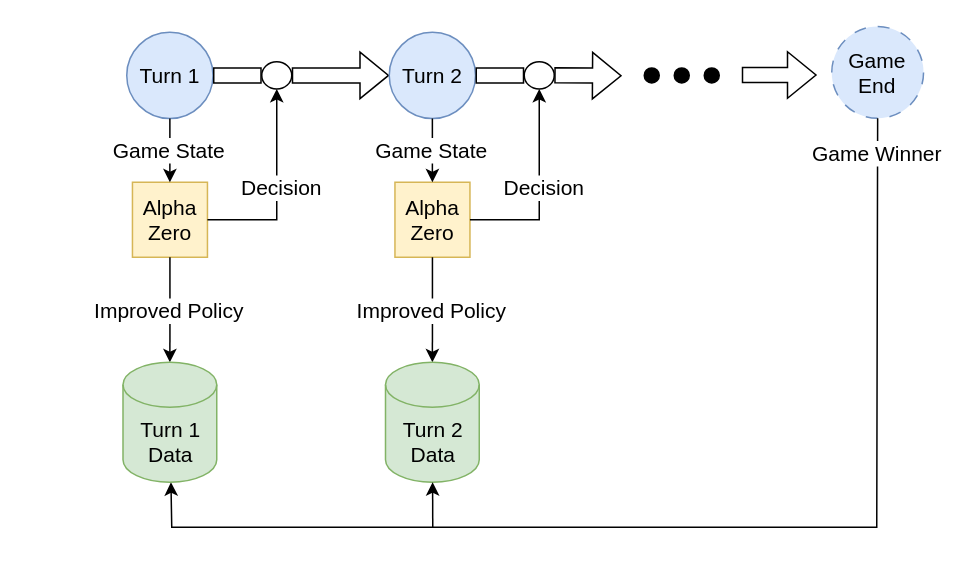
This is az_self_play.drawio from Klazkin/player-zero, a draw.io file, before an edit. Source tidied: cells renumbered, new cells numbered last; positions are measured from the earlier drawing's top-left corner, leaving out a move shared by most shapes. Both pictures are drawn from the tidied source at 150%, with x=0, y=0 at pixel (123, 26).
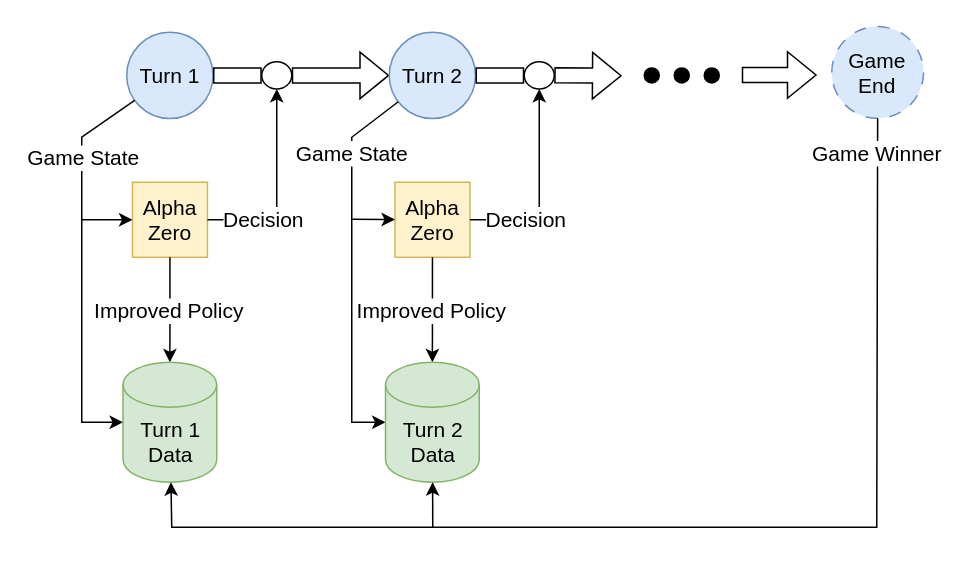
The same page after the edit.

Unchanged cells that the change refers to:
```xml
<mxCell id="2" value="Turn 1" style="ellipse;whiteSpace=wrap;html=1;fillColor=#dae8fc;strokeColor=#6c8ebf;fontSize=14;" parent="1" vertex="1">
  <mxGeometry x="2" y="4" width="57.5" height="57.5" as="geometry" />
</mxCell>
<mxCell id="6" value="Alpha&lt;br style=&quot;font-size: 14px;&quot;&gt;Zero" style="whiteSpace=wrap;html=1;fillColor=#fff2cc;strokeColor=#d6b656;fontSize=14;" parent="1" vertex="1">
  <mxGeometry x="5.8" y="104" width="50" height="50" as="geometry" />
</mxCell>
<mxCell id="13" style="endArrow=none;html=1;rounded=0;endFill=0;startArrow=classic;startFill=1;fontSize=14;" parent="1" edge="1" source="17" target="6">
  <mxGeometry relative="1" as="geometry">
    <Array as="points">
      <mxPoint x="102" y="129" />
    </Array>
  </mxGeometry>
</mxCell>
<mxCell id="20" value="&lt;div style=&quot;font-size: 14px;&quot;&gt;Turn 1&lt;/div&gt;&lt;div style=&quot;font-size: 14px;&quot;&gt;Data&lt;br style=&quot;font-size: 14px;&quot;&gt;&lt;/div&gt;" style="shape=cylinder3;whiteSpace=wrap;html=1;boundedLbl=1;backgroundOutline=1;size=15;fillColor=#d5e8d4;strokeColor=#82b366;fontSize=14;" parent="1" vertex="1">
  <mxGeometry x="-0.5" y="224" width="62.5" height="80" as="geometry" />
</mxCell>
<mxCell id="21" value="Turn 2" style="ellipse;whiteSpace=wrap;html=1;fillColor=#dae8fc;strokeColor=#6c8ebf;fontSize=14;" parent="1" vertex="1">
  <mxGeometry x="177" y="4" width="57.5" height="57.5" as="geometry" />
</mxCell>
<mxCell id="22" value="Alpha&lt;br style=&quot;font-size: 14px;&quot;&gt;Zero" style="whiteSpace=wrap;html=1;fillColor=#fff2cc;strokeColor=#d6b656;fontSize=14;" parent="1" vertex="1">
  <mxGeometry x="180.8" y="104" width="50" height="50" as="geometry" />
</mxCell>
<mxCell id="25" style="endArrow=none;html=1;rounded=0;endFill=0;startArrow=classic;startFill=1;fontSize=14;" parent="1" edge="1" source="29" target="22">
  <mxGeometry relative="1" as="geometry">
    <Array as="points">
      <mxPoint x="277" y="129" />
    </Array>
  </mxGeometry>
</mxCell>
<mxCell id="32" value="&lt;div style=&quot;font-size: 14px;&quot;&gt;Turn 2&lt;br style=&quot;font-size: 14px;&quot;&gt;&lt;/div&gt;&lt;div style=&quot;font-size: 14px;&quot;&gt;Data&lt;/div&gt;" style="shape=cylinder3;whiteSpace=wrap;html=1;boundedLbl=1;backgroundOutline=1;size=15;fillColor=#d5e8d4;strokeColor=#82b366;fontSize=14;" parent="1" vertex="1">
  <mxGeometry x="174.5" y="224" width="62.5" height="80" as="geometry" />
</mxCell>
```

What changed in the source:
```diff
@@
-    <mxCell id="11" style="endArrow=none;html=1;rounded=0;endFill=0;startArrow=classic;startFill=1;fontSize=14;" parent="1" edge="1" source="6" target="2">
-      <mxGeometry relative="1" as="geometry" />
+    <mxCell id="11" style="endArrow=none;html=1;rounded=0;endFill=0;startArrow=classic;startFill=1;fontSize=14;" parent="1" edge="1" source="20" target="2">
+      <mxGeometry relative="1" as="geometry">
+        <Array as="points">
+          <mxPoint x="-28" y="264" />
+          <mxPoint x="-28" y="74" />
+        </Array>
+      </mxGeometry>
     </mxCell>
     <mxCell id="12" value="Game State" style="edgeLabel;html=1;align=center;verticalAlign=middle;fontSize=14;" parent="11" vertex="1">
-      <mxGeometry x="0.02" y="1" relative="1" as="geometry" />
+      <mxGeometry x="0.02" y="1" relative="1" as="geometry">
+        <mxPoint x="1" y="-71" as="offset" />
+      </mxGeometry>
     </mxCell>
@@
     <mxCell id="14" value="Decision" style="edgeLabel;html=1;align=center;verticalAlign=middle;fontSize=14;" parent="13" vertex="1">
-      <mxGeometry x="-0.01" y="2" relative="1" as="geometry" />
+      <mxGeometry x="-0.01" y="2" relative="1" as="geometry">
+        <mxPoint x="-12" y="21" as="offset" />
+      </mxGeometry>
     </mxCell>
@@
-    <mxCell id="23" style="endArrow=none;html=1;rounded=0;endFill=0;startArrow=classic;startFill=1;fontSize=14;" parent="1" edge="1" source="22" target="21">
-      <mxGeometry relative="1" as="geometry" />
+    <mxCell id="23" style="endArrow=none;html=1;rounded=0;endFill=0;startArrow=classic;startFill=1;fontSize=14;" parent="1" edge="1" source="32" target="21">
+      <mxGeometry relative="1" as="geometry">
+        <Array as="points">
+          <mxPoint x="152" y="264" />
+          <mxPoint x="152" y="74" />
+        </Array>
+      </mxGeometry>
     </mxCell>
     <mxCell id="24" value="Game State" style="edgeLabel;html=1;align=center;verticalAlign=middle;fontSize=14;" parent="23" vertex="1">
-      <mxGeometry x="0.02" y="1" relative="1" as="geometry" />
+      <mxGeometry x="0.02" y="1" relative="1" as="geometry">
+        <mxPoint y="-74" as="offset" />
+      </mxGeometry>
     </mxCell>
@@
     <mxCell id="26" value="Decision" style="edgeLabel;html=1;align=center;verticalAlign=middle;fontSize=14;" parent="25" vertex="1">
-      <mxGeometry x="-0.01" y="2" relative="1" as="geometry" />
+      <mxGeometry x="-0.01" y="2" relative="1" as="geometry">
+        <mxPoint x="-12" y="21" as="offset" />
+      </mxGeometry>
     </mxCell>
@@
+    <mxCell id="34" style="endArrow=classic;html=1;rounded=0;" parent="1" edge="1" target="6">
+      <mxGeometry relative="1" as="geometry">
+        <mxPoint x="-28" y="129" as="sourcePoint" />
+      </mxGeometry>
+    </mxCell>
+    <mxCell id="35" style="endArrow=classic;html=1;rounded=0;" parent="1" edge="1" target="22">
+      <mxGeometry relative="1" as="geometry">
+        <mxPoint x="152" y="128.7" as="sourcePoint" />
+      </mxGeometry>
+    </mxCell>
```
